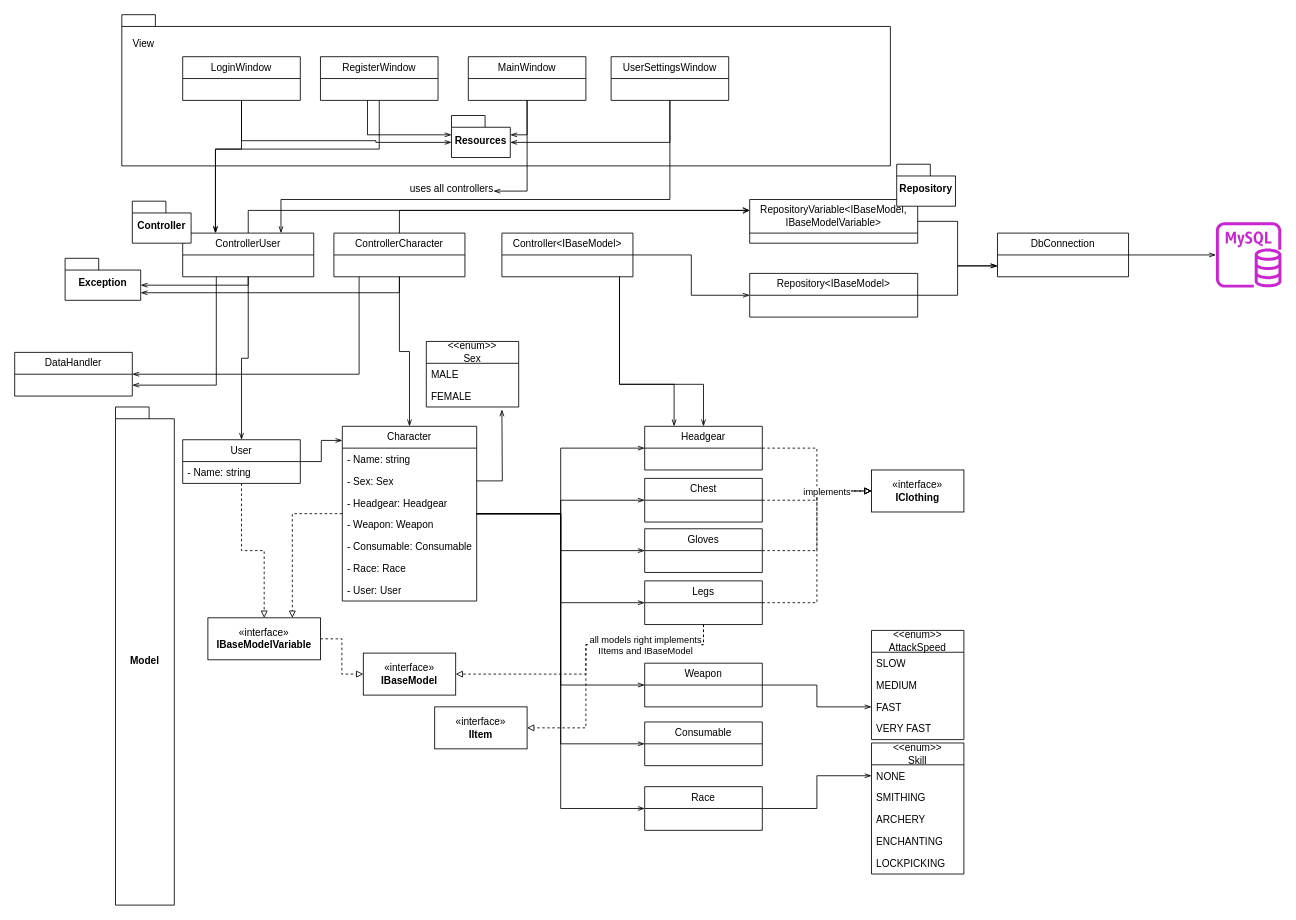
The draw.io diagram Diagrams/HighLevelArchitectureDiagram-2v3(new).drawio in Joel6v/PraktikumZuehlke, before the edit. Source tidied: cells renumbered, new cells numbered last; positions are measured from the earlier drawing's top-left corner, leaving out a move shared by most shapes. Both pictures are drawn from the tidied source at 84%, with x=0, y=0 at pixel (14, 14).
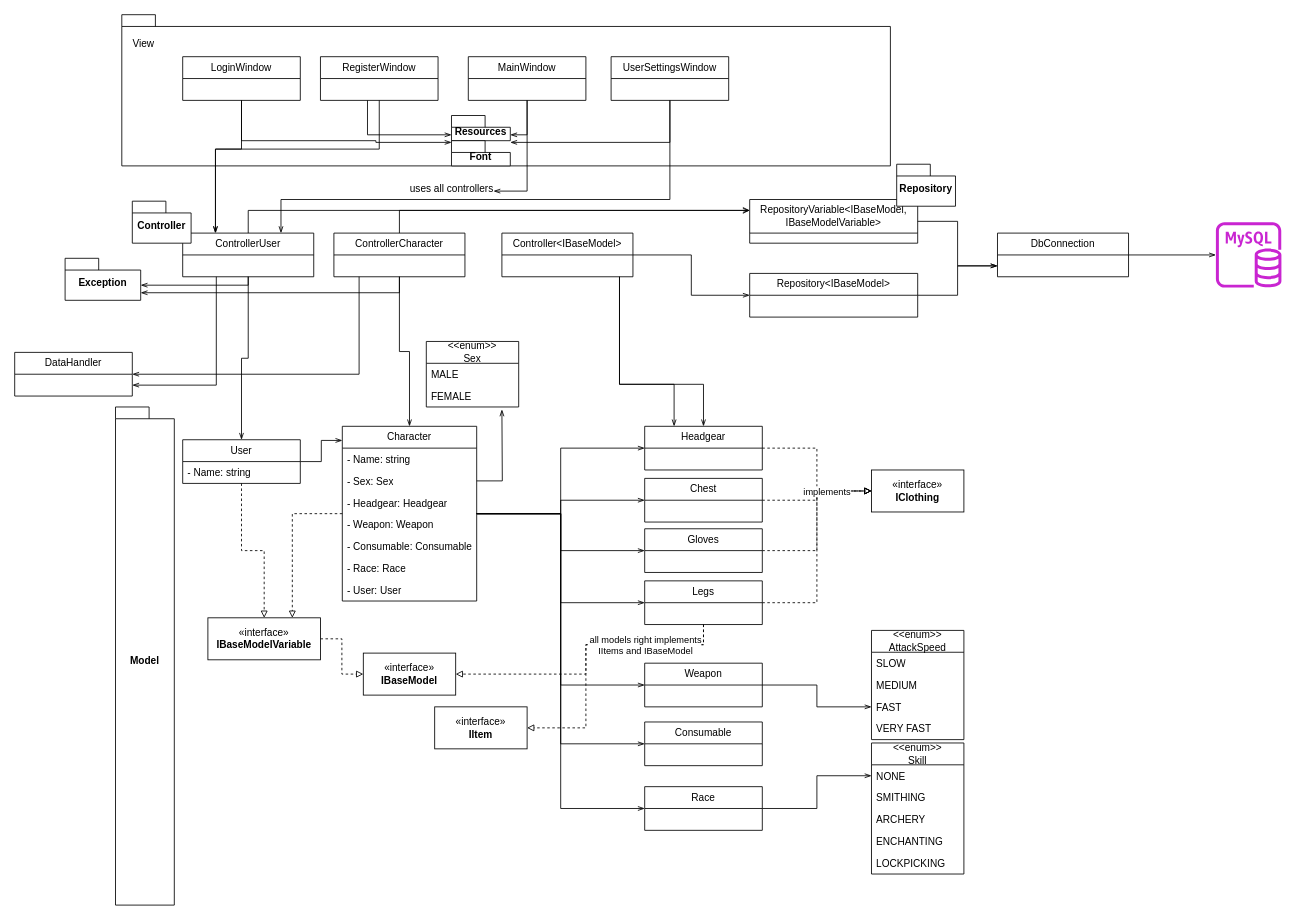
After the change.

Commit message (it also covers changes not shown here):
make samll changes at the diagram

Unchanged cells that the change refers to:
```xml
<mxCell id="81" style="group;" parent="1" vertex="1">
  <mxGeometry x="127.5" width="915" height="180" as="geometry" />
</mxCell>
```

The edit, as a diff of the source:
```diff
@@
     <mxCell id="88" value="Resources" style="shape=folder;fontStyle=1;spacingTop=10;tabWidth=40;tabHeight=14;tabPosition=left;html=1;whiteSpace=wrap;" parent="81" vertex="1">
-      <mxGeometry x="392.5" y="120" width="70" height="50" as="geometry" />
+      <mxGeometry x="392.5" y="120" width="70" height="30" as="geometry" />
     </mxCell>
@@
+    <mxCell id="102" value="Font" style="shape=folder;fontStyle=1;spacingTop=10;tabWidth=40;tabHeight=14;tabPosition=left;html=1;whiteSpace=wrap;" parent="81" vertex="1">
+      <mxGeometry x="392.5" y="150" width="70" height="30" as="geometry" />
+    </mxCell>
```
